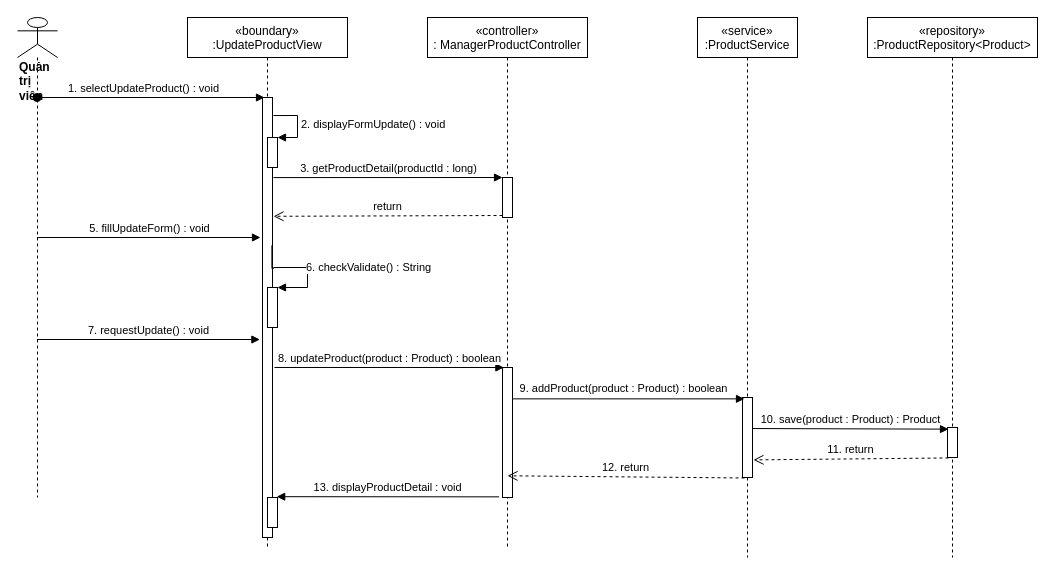
Above: sequence diagram/update-oldProduct-manager-sequence.drawio in nguyenphamvan/datn_20202 (draw.io), before the change. Source tidied: cells renumbered, new cells numbered last; positions are measured from the earlier drawing's top-left corner, leaving out a move shared by most shapes. Both pictures are drawn from the tidied source at 100%, with x=0, y=0 at pixel (17, 17).
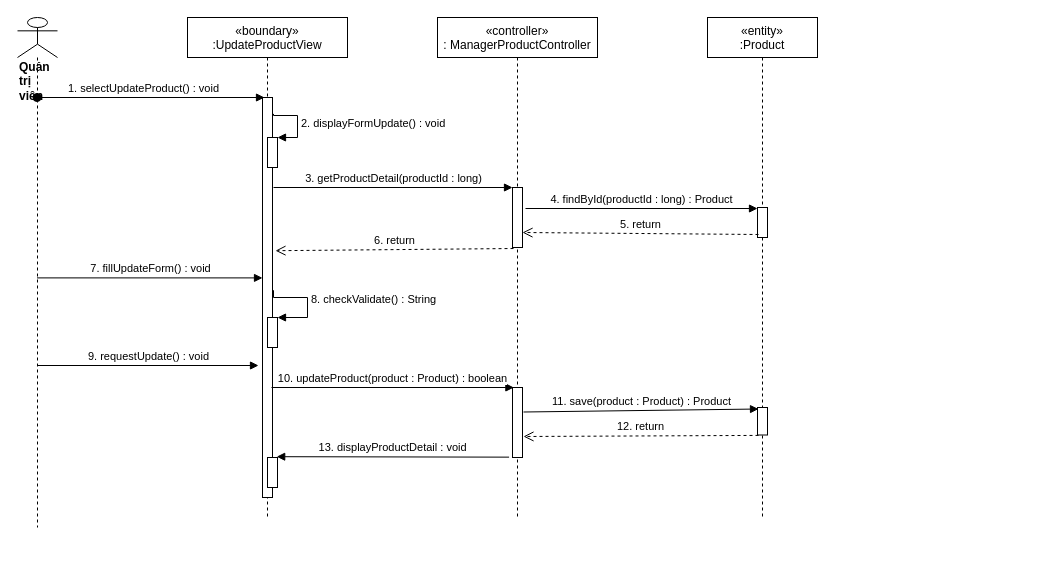
The same diagram, later.

What changed in the source:
```diff
@@
     <mxCell id="2" value="«boundary»&#10;:UpdateProductView" style="shape=umlLifeline;perimeter=lifelinePerimeter;rounded=0;shadow=0;strokeWidth=1;" parent="1" vertex="1">
-      <mxGeometry x="170" width="160" height="530" as="geometry" />
+      <mxGeometry x="170" width="160" height="500" as="geometry" />
     </mxCell>
     <mxCell id="3" style="points=[];perimeter=orthogonalPerimeter;rounded=0;shadow=0;strokeWidth=1;" parent="2" vertex="1">
-      <mxGeometry x="75" y="80" width="10" height="440" as="geometry" />
+      <mxGeometry x="75" y="80" width="10" height="400" as="geometry" />
     </mxCell>
     <mxCell id="4" style="html=1;points=[];perimeter=orthogonalPerimeter;" parent="2" vertex="1">
-      <mxGeometry x="80" y="270" width="10" height="40" as="geometry" />
+      <mxGeometry x="80" y="300" width="10" height="30" as="geometry" />
     </mxCell>
-    <mxCell id="5" value="6. checkValidate() : String" style="edgeStyle=orthogonalEdgeStyle;html=1;align=left;spacingLeft=2;endArrow=block;rounded=0;entryX=1;entryY=0;exitX=0.94;exitY=0.336;exitDx=0;exitDy=0;exitPerimeter=0;" parent="2" edge="1" source="3" target="4">
+    <mxCell id="5" value="8. checkValidate() : String" style="edgeStyle=orthogonalEdgeStyle;html=1;align=left;spacingLeft=2;endArrow=block;rounded=0;entryX=1;entryY=0;exitX=1;exitY=0.495;exitDx=0;exitDy=0;exitPerimeter=0;" parent="2" edge="1" source="3" target="4">
       <mxGeometry relative="1" as="geometry">
         <Array as="points">
-          <mxPoint x="86" y="251" />
-          <mxPoint x="86" y="250" />
-          <mxPoint x="120" y="250" />
-          <mxPoint x="120" y="270" />
+          <mxPoint x="86" y="273" />
+          <mxPoint x="86" y="280" />
+          <mxPoint x="120" y="280" />
+          <mxPoint x="120" y="300" />
         </Array>
       </mxGeometry>
     </mxCell>
     <mxCell id="6" value="«controller»&#10;: ManagerProductController" style="shape=umlLifeline;perimeter=lifelinePerimeter;rounded=0;shadow=0;strokeWidth=1;" parent="1" vertex="1">
-      <mxGeometry x="410" width="160" height="530" as="geometry" />
+      <mxGeometry x="420" width="160" height="500" as="geometry" />
     </mxCell>
     <mxCell id="7" style="html=1;points=[];perimeter=orthogonalPerimeter;" parent="6" vertex="1">
-      <mxGeometry x="75" y="160" width="10" height="40" as="geometry" />
+      <mxGeometry x="75" y="170" width="10" height="60" as="geometry" />
     </mxCell>
     <mxCell id="8" style="points=[];perimeter=orthogonalPerimeter;rounded=0;shadow=0;strokeWidth=1;" parent="6" vertex="1">
-      <mxGeometry x="75" y="350" width="10" height="130" as="geometry" />
+      <mxGeometry x="75" y="370" width="10" height="70" as="geometry" />
     </mxCell>
     <mxCell id="9" value="&lt;div&gt;&lt;b&gt;Quản trị viên&lt;/b&gt;&lt;/div&gt;" style="shape=umlLifeline;participant=umlActor;perimeter=lifelinePerimeter;whiteSpace=wrap;html=1;verticalAlign=top;spacingTop=36;outlineConnect=0;align=left;size=40;" parent="1" vertex="1">
-      <mxGeometry width="40" height="480" as="geometry" />
+      <mxGeometry width="40" height="510" as="geometry" />
     </mxCell>
@@
-    <mxCell id="11" value="«service»&#10;:ProductService" style="shape=umlLifeline;perimeter=lifelinePerimeter;rounded=0;shadow=0;strokeWidth=1;" parent="1" vertex="1">
-      <mxGeometry x="680" width="100" height="540" as="geometry" />
-    </mxCell>
-    <mxCell id="12" style="points=[];perimeter=orthogonalPerimeter;rounded=0;shadow=0;strokeWidth=1;" parent="11" vertex="1">
-      <mxGeometry x="45" y="380" width="10" height="80" as="geometry" />
-    </mxCell>
-    <mxCell id="13" style="html=1;verticalAlign=bottom;endArrow=block;entryX=0.2;entryY=0.017;entryDx=0;entryDy=0;entryPerimeter=0;" parent="1" edge="1" source="8" target="12">
-      <mxGeometry relative="1" as="geometry" />
-    </mxCell>
-    <mxCell id="14" value="9. addProduct(product : Product) : boolean" style="edgeLabel;html=1;align=center;verticalAlign=middle;" parent="13" vertex="1">
-      <mxGeometry x="-0.08" y="4" relative="1" as="geometry">
-        <mxPoint x="3" y="-7" as="offset" />
-      </mxGeometry>
-    </mxCell>
-    <mxCell id="15" value="12. return" style="html=1;verticalAlign=bottom;endArrow=open;dashed=1;endSize=8;exitX=0.2;exitY=1.006;exitDx=0;exitDy=0;exitPerimeter=0;entryX=0.5;entryY=0.833;entryDx=0;entryDy=0;entryPerimeter=0;" parent="1" edge="1" source="12" target="8">
-      <mxGeometry relative="1" as="geometry" />
-    </mxCell>
@@
-    <mxCell id="17" value="«repository»&#10;:ProductRepository&lt;Product&gt;" style="shape=umlLifeline;perimeter=lifelinePerimeter;rounded=0;shadow=0;strokeWidth=1;" parent="1" vertex="1">
-      <mxGeometry x="850" width="170" height="540" as="geometry" />
+    <mxCell id="17" value="«entity»&#10;:Product" style="shape=umlLifeline;perimeter=lifelinePerimeter;rounded=0;shadow=0;strokeWidth=1;" parent="1" vertex="1">
+      <mxGeometry x="690" width="110" height="500" as="geometry" />
     </mxCell>
     <mxCell id="18" style="points=[];perimeter=orthogonalPerimeter;rounded=0;shadow=0;strokeWidth=1;" parent="17" vertex="1">
-      <mxGeometry x="80" y="410" width="10" height="30" as="geometry" />
+      <mxGeometry x="50" y="390" width="10" height="27.5" as="geometry" />
     </mxCell>
-    <mxCell id="19" value="10. save(product : Product) : Product" style="html=1;verticalAlign=bottom;endArrow=block;entryX=0.1;entryY=0.055;entryDx=0;entryDy=0;entryPerimeter=0;exitX=1;exitY=0.388;exitDx=0;exitDy=0;exitPerimeter=0;" parent="1" edge="1" source="12" target="18">
+    <mxCell id="19" value="11. save(product : Product) : Product" style="html=1;verticalAlign=bottom;endArrow=block;entryX=0.1;entryY=0.055;entryDx=0;entryDy=0;entryPerimeter=0;exitX=1.1;exitY=0.35;exitDx=0;exitDy=0;exitPerimeter=0;" parent="1" edge="1" source="8" target="18">
       <mxGeometry relative="1" as="geometry" />
     </mxCell>
-    <mxCell id="20" value="11. return" style="html=1;verticalAlign=bottom;endArrow=open;dashed=1;endSize=8;exitX=0.1;exitY=1.015;exitDx=0;exitDy=0;exitPerimeter=0;entryX=1.1;entryY=0.78;entryDx=0;entryDy=0;entryPerimeter=0;" parent="1" edge="1" source="18" target="12">
+    <mxCell id="20" value="12. return" style="html=1;verticalAlign=bottom;endArrow=open;dashed=1;endSize=8;exitX=0.1;exitY=1.015;exitDx=0;exitDy=0;exitPerimeter=0;entryX=1.1;entryY=0.7;entryDx=0;entryDy=0;entryPerimeter=0;" parent="1" edge="1" source="18" target="8">
       <mxGeometry relative="1" as="geometry" />
     </mxCell>
-    <mxCell id="21" value="5. fillUpdateForm() : void" style="html=1;verticalAlign=bottom;endArrow=block;" parent="1" edge="1" source="9">
-      <mxGeometry relative="1" as="geometry">
-        <mxPoint x="243" y="220" as="targetPoint" />
-      </mxGeometry>
+    <mxCell id="21" value="7. fillUpdateForm() : void" style="html=1;verticalAlign=bottom;endArrow=block;entryX=0;entryY=0.451;entryDx=0;entryDy=0;entryPerimeter=0;" parent="1" edge="1" source="9" target="3">
+      <mxGeometry relative="1" as="geometry" />
     </mxCell>
-    <mxCell id="22" value="8. updateProduct(product : Product) : boolean" style="html=1;verticalAlign=bottom;endArrow=block;entryX=0.14;entryY=0;entryDx=0;entryDy=0;entryPerimeter=0;" parent="1" edge="1" target="8">
+    <mxCell id="22" value="10. updateProduct(product : Product) : boolean" style="html=1;verticalAlign=bottom;endArrow=block;entryX=0.14;entryY=0;entryDx=0;entryDy=0;entryPerimeter=0;" parent="1" edge="1" target="8">
       <mxGeometry relative="1" as="geometry">
-        <mxPoint x="257" y="350" as="sourcePoint" />
+        <mxPoint x="254" y="370" as="sourcePoint" />
       </mxGeometry>
     </mxCell>
     <mxCell id="23" style="html=1;points=[];perimeter=orthogonalPerimeter;" parent="1" vertex="1">
-      <mxGeometry x="250" y="480" width="10" height="30" as="geometry" />
+      <mxGeometry x="250" y="440" width="10" height="30" as="geometry" />
     </mxCell>
-    <mxCell id="24" value="3. getProductDetail(productId : long)" style="html=1;verticalAlign=bottom;endArrow=block;entryX=0;entryY=0;exitX=1.1;exitY=0.182;exitDx=0;exitDy=0;exitPerimeter=0;" parent="1" edge="1" source="3" target="7">
-      <mxGeometry relative="1" as="geometry" />
+    <mxCell id="24" value="3. getProductDetail(productId : long)" style="html=1;verticalAlign=bottom;endArrow=block;entryX=0;entryY=0;" parent="1" edge="1" target="7">
+      <mxGeometry relative="1" as="geometry">
+        <mxPoint x="256" y="170" as="sourcePoint" />
+      </mxGeometry>
     </mxCell>
-    <mxCell id="25" value="return" style="html=1;verticalAlign=bottom;endArrow=open;dashed=1;endSize=8;exitX=0;exitY=0.95;entryX=1.1;entryY=0.27;entryDx=0;entryDy=0;entryPerimeter=0;" parent="1" edge="1" source="7" target="3">
+    <mxCell id="25" value="6. return" style="html=1;verticalAlign=bottom;endArrow=open;dashed=1;endSize=8;exitX=0.1;exitY=1.017;exitDx=0;exitDy=0;exitPerimeter=0;entryX=1.3;entryY=0.383;entryDx=0;entryDy=0;entryPerimeter=0;" parent="1" edge="1" source="7" target="3">
       <mxGeometry relative="1" as="geometry" />
     </mxCell>
-    <mxCell id="26" value="7. requestUpdate() : void" style="html=1;verticalAlign=bottom;endArrow=block;entryX=-0.26;entryY=0.55;entryDx=0;entryDy=0;entryPerimeter=0;" parent="1" edge="1" source="9" target="3">
+    <mxCell id="26" value="9. requestUpdate() : void" style="html=1;verticalAlign=bottom;endArrow=block;entryX=-0.4;entryY=0.67;entryDx=0;entryDy=0;entryPerimeter=0;" parent="1" edge="1" source="9" target="3">
       <mxGeometry relative="1" as="geometry" />
     </mxCell>
@@
+    <mxCell id="29" value="4. findById(productId : long) : Product" style="html=1;verticalAlign=bottom;endArrow=block;exitX=1.3;exitY=0.35;exitDx=0;exitDy=0;exitPerimeter=0;" parent="1" edge="1" source="7" target="30">
+      <mxGeometry relative="1" as="geometry" />
+    </mxCell>
+    <mxCell id="30" style="html=1;points=[];perimeter=orthogonalPerimeter;" parent="1" vertex="1">
+      <mxGeometry x="740" y="190" width="10" height="30" as="geometry" />
+    </mxCell>
+    <mxCell id="31" value="5. return" style="html=1;verticalAlign=bottom;endArrow=open;dashed=1;endSize=8;exitX=0.1;exitY=0.9;exitDx=0;exitDy=0;exitPerimeter=0;entryX=1;entryY=0.75;entryDx=0;entryDy=0;entryPerimeter=0;" parent="1" edge="1" source="30" target="7">
+      <mxGeometry relative="1" as="geometry" />
+    </mxCell>
```
